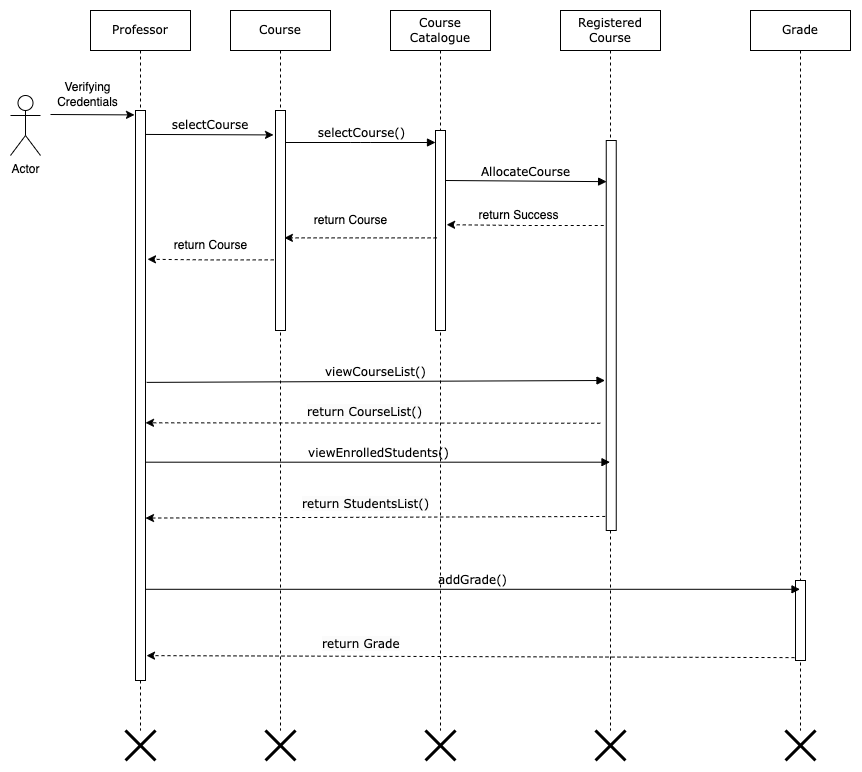
Earlier version of the draw.io export crs-JEDI-UML-Artifacts/Sequence-Diagram/crs-sequenceDiagramProfessor.png (MrRobot-29/Flipkart-JEDI-Group-F-CRS). Source tidied: cells renumbered, new cells last; positions are measured from the earlier drawing's top-left corner, leaving out a move shared by most shapes.
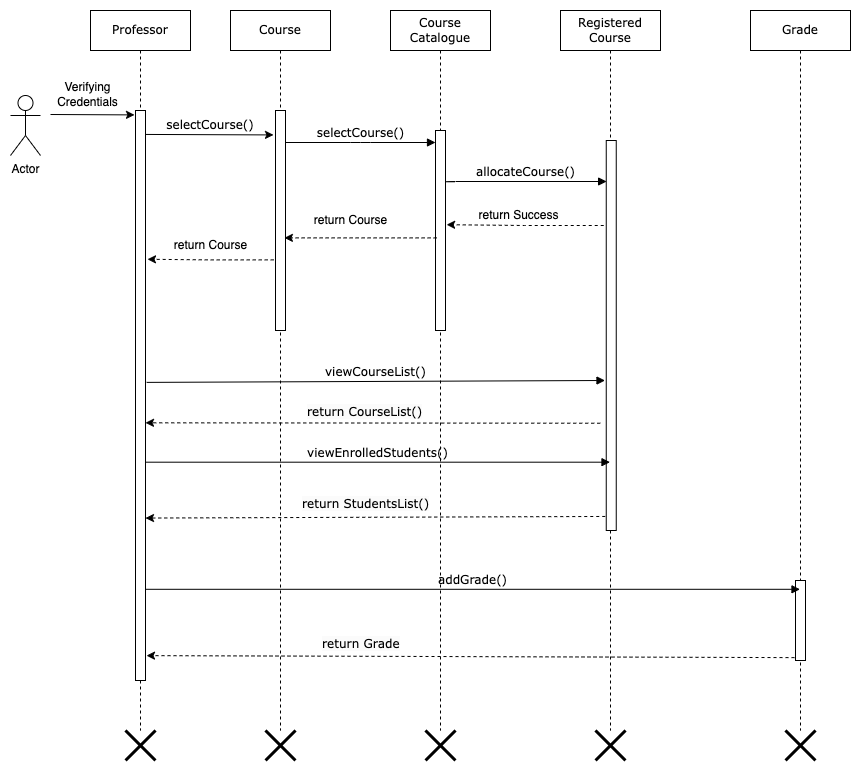
After the change.

Commit message:
change professor sequence diagram

Change to the diagram source:
```diff
@@ -49,7 +49,7 @@
         <mxPoint x="124" y="104.4" as="targetPoint" />
       </mxGeometry>
     </mxCell>
-    <mxCell id="15" value="&lt;font face=&quot;Verdana&quot;&gt;selectCourse&lt;/font&gt;" style="text;html=1;strokeColor=none;fillColor=none;align=center;verticalAlign=middle;whiteSpace=wrap;rounded=0;" parent="1" vertex="1">
+    <mxCell id="15" value="&lt;font face=&quot;Verdana&quot;&gt;selectCourse()&lt;/font&gt;" style="text;html=1;strokeColor=none;fillColor=none;align=center;verticalAlign=middle;whiteSpace=wrap;rounded=0;" parent="1" vertex="1">
       <mxGeometry x="170" y="100" width="60" height="30" as="geometry" />
     </mxCell>
     <mxCell id="16" value="return Course" style="text;html=1;align=center;verticalAlign=middle;strokeColor=none;fillColor=none;" parent="1" vertex="1">
@@ -76,7 +76,7 @@
     <mxCell id="23" style="html=1;points=[];perimeter=orthogonalPerimeter;rounded=0;shadow=0;comic=0;labelBackgroundColor=none;strokeWidth=1;fontFamily=Verdana;fontSize=12;align=center;" parent="22" vertex="1">
       <mxGeometry x="45.8" y="130" width="10" height="390" as="geometry" />
     </mxCell>
-    <mxCell id="24" value="AllocateCourse" style="html=1;verticalAlign=bottom;endArrow=block;entryX=0.036;entryY=0.107;labelBackgroundColor=none;fontFamily=Verdana;fontSize=12;edgeStyle=elbowEdgeStyle;elbow=vertical;entryDx=0;entryDy=0;entryPerimeter=0;" parent="22" edge="1" target="23">
+    <mxCell id="24" value="allocateCourse()" style="html=1;verticalAlign=bottom;endArrow=block;entryX=0.036;entryY=0.107;labelBackgroundColor=none;fontFamily=Verdana;fontSize=12;edgeStyle=elbowEdgeStyle;elbow=vertical;entryDx=0;entryDy=0;entryPerimeter=0;" parent="22" edge="1" target="23">
       <mxGeometry relative="1" as="geometry">
         <mxPoint x="-115" y="170" as="sourcePoint" />
       </mxGeometry>
```
